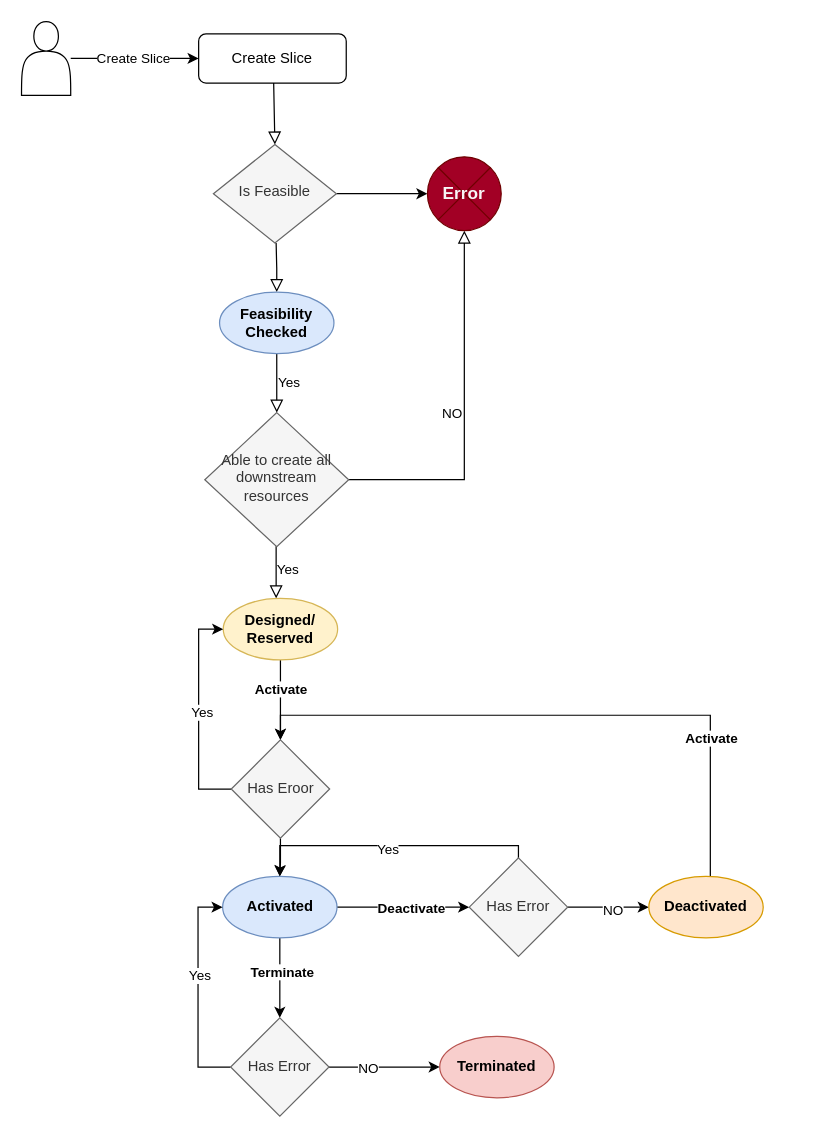
Before: Slice_Life_Cycle.drawio in poluruc/drawings, a draw.io diagram. Source tidied: cells renumbered, new cells numbered last; positions are measured from the earlier drawing's top-left corner, leaving out a move shared by most shapes. Both pictures are drawn from the tidied source at 123%, with x=0, y=0 at pixel (21, 21).
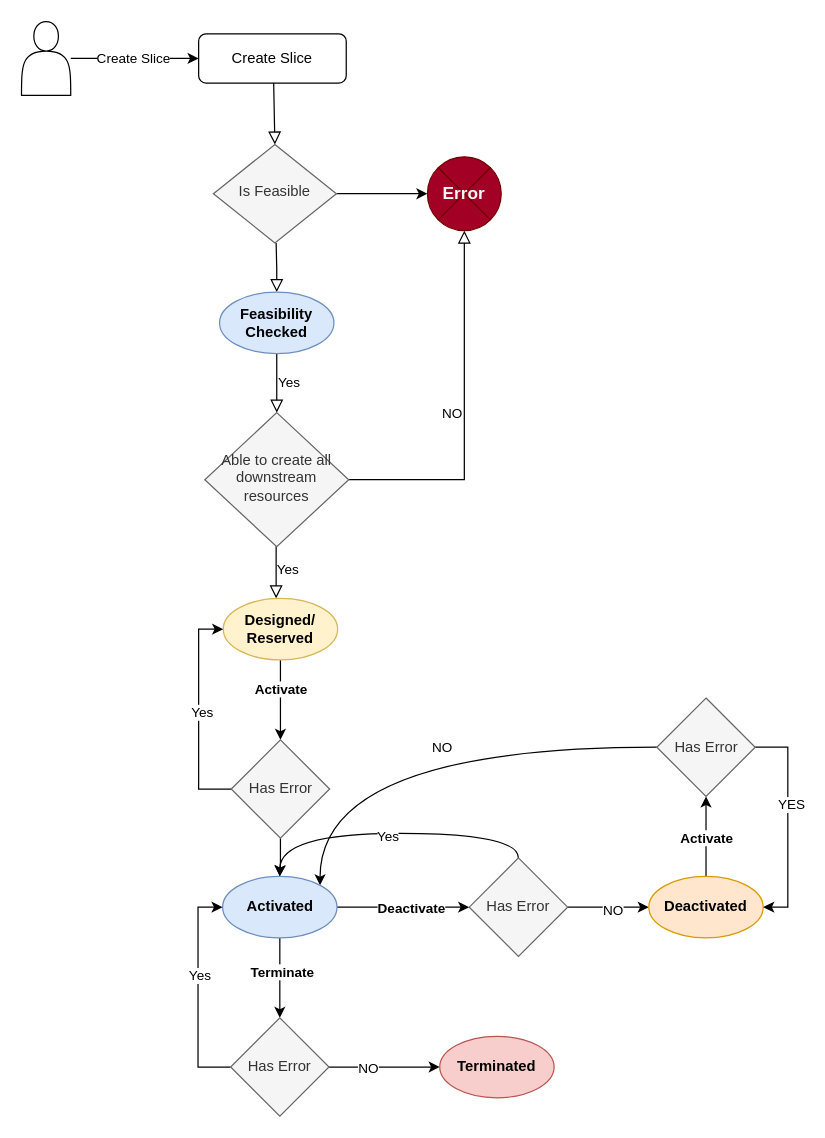
The same diagram, later.

The change refers to these unchanged cells:
```xml
<mxCell id="27" value="&lt;b&gt;Activated&lt;/b&gt;" style="ellipse;whiteSpace=wrap;html=1;fillColor=#dae8fc;strokeColor=#6c8ebf;" parent="1" vertex="1">
  <mxGeometry x="163.5" y="695" width="93" height="50" as="geometry" />
</mxCell>
<mxCell id="32" value="Has Error" style="rhombus;whiteSpace=wrap;html=1;fillColor=#f5f5f5;strokeColor=#666666;fontColor=#333333;" parent="1" vertex="1">
  <mxGeometry x="364" y="680" width="80" height="80" as="geometry" />
</mxCell>
<mxCell id="41" value="&lt;b&gt;Deactivated&lt;/b&gt;" style="ellipse;whiteSpace=wrap;html=1;fillColor=#ffe6cc;strokeColor=#d79b00;" parent="1" vertex="1">
  <mxGeometry x="510" y="695" width="93" height="50" as="geometry" />
</mxCell>
```

Change to the diagram source:
```diff
@@
+    <mxCell id="42" style="edgeStyle=orthogonalEdgeStyle;rounded=0;jettySize=auto;html=1;entryX=1;entryY=0;entryDx=0;entryDy=0;curved=1;" parent="1" edge="1" source="47" target="27">
+      <mxGeometry relative="1" as="geometry" />
+    </mxCell>
+    <mxCell id="43" value="NO" style="edgeLabel;html=1;align=center;verticalAlign=middle;" parent="42" vertex="1">
+      <mxGeometry x="-0.09" y="-1" relative="1" as="geometry">
+        <mxPoint x="1" as="offset" />
+      </mxGeometry>
+    </mxCell>
@@
-    <mxCell id="22" value="Has Eroor" style="rhombus;whiteSpace=wrap;html=1;fillColor=#f5f5f5;strokeColor=#666666;fontColor=#333333;" parent="1" vertex="1">
+    <mxCell id="22" value="Has Error" style="rhombus;whiteSpace=wrap;html=1;fillColor=#f5f5f5;strokeColor=#666666;fontColor=#333333;" parent="1" vertex="1">
       <mxGeometry x="170.5" y="584" width="80" height="80" as="geometry" />
     </mxCell>
@@
-    <mxCell id="28" style="edgeStyle=orthogonalEdgeStyle;rounded=0;jettySize=auto;html=1;entryX=0.5;entryY=0;entryDx=0;entryDy=0;exitX=0.5;exitY=0;exitDx=0;exitDy=0;" parent="1" edge="1" source="32" target="27">
-      <mxGeometry relative="1" as="geometry">
-        <Array as="points">
-          <mxPoint x="404" y="670" />
-          <mxPoint x="210" y="670" />
-        </Array>
-      </mxGeometry>
+    <mxCell id="28" style="edgeStyle=orthogonalEdgeStyle;rounded=0;jettySize=auto;html=1;entryX=0.5;entryY=0;entryDx=0;entryDy=0;exitX=0.5;exitY=0;exitDx=0;exitDy=0;curved=1;" parent="1" edge="1" source="32" target="27">
+      <mxGeometry relative="1" as="geometry" />
     </mxCell>
@@
-    <mxCell id="39" style="edgeStyle=orthogonalEdgeStyle;rounded=0;jettySize=auto;html=1;entryX=0.5;entryY=0;entryDx=0;entryDy=0;" parent="1" edge="1" source="41" target="22">
-      <mxGeometry relative="1" as="geometry">
-        <Array as="points">
-          <mxPoint x="560" y="564" />
-          <mxPoint x="211" y="564" />
-        </Array>
-      </mxGeometry>
-    </mxCell>
+    <mxCell id="44" style="edgeStyle=orthogonalEdgeStyle;rounded=0;jettySize=auto;html=1;" parent="1" edge="1" source="41" target="47">
+      <mxGeometry relative="1" as="geometry" />
+    </mxCell>
-    <mxCell id="40" value="&lt;b&gt;Activate&lt;/b&gt;" style="edgeLabel;html=1;align=center;verticalAlign=middle;" parent="39" vertex="1">
-      <mxGeometry x="-0.55" relative="1" as="geometry" />
+    <mxCell id="40" value="&lt;b&gt;Activate&lt;/b&gt;" style="edgeLabel;html=1;align=center;verticalAlign=middle;" parent="44" vertex="1">
+      <mxGeometry x="-0.02" y="1" relative="1" as="geometry">
+        <mxPoint x="1" as="offset" />
+      </mxGeometry>
     </mxCell>
@@
+    <mxCell id="45" style="edgeStyle=orthogonalEdgeStyle;rounded=0;jettySize=auto;html=1;entryX=1;entryY=0.5;entryDx=0;entryDy=0;exitX=1;exitY=0.5;exitDx=0;exitDy=0;" parent="1" edge="1" source="47" target="41">
+      <mxGeometry relative="1" as="geometry" />
+    </mxCell>
+    <mxCell id="46" value="YES" style="edgeLabel;html=1;align=center;verticalAlign=middle;" parent="45" vertex="1">
+      <mxGeometry x="-0.17" y="2" relative="1" as="geometry" />
+    </mxCell>
+    <mxCell id="47" value="Has Error" style="rhombus;whiteSpace=wrap;html=1;fillColor=#f5f5f5;strokeColor=#666666;fontColor=#333333;" parent="1" vertex="1">
+      <mxGeometry x="516.5" y="550" width="80" height="80" as="geometry" />
+    </mxCell>
```
